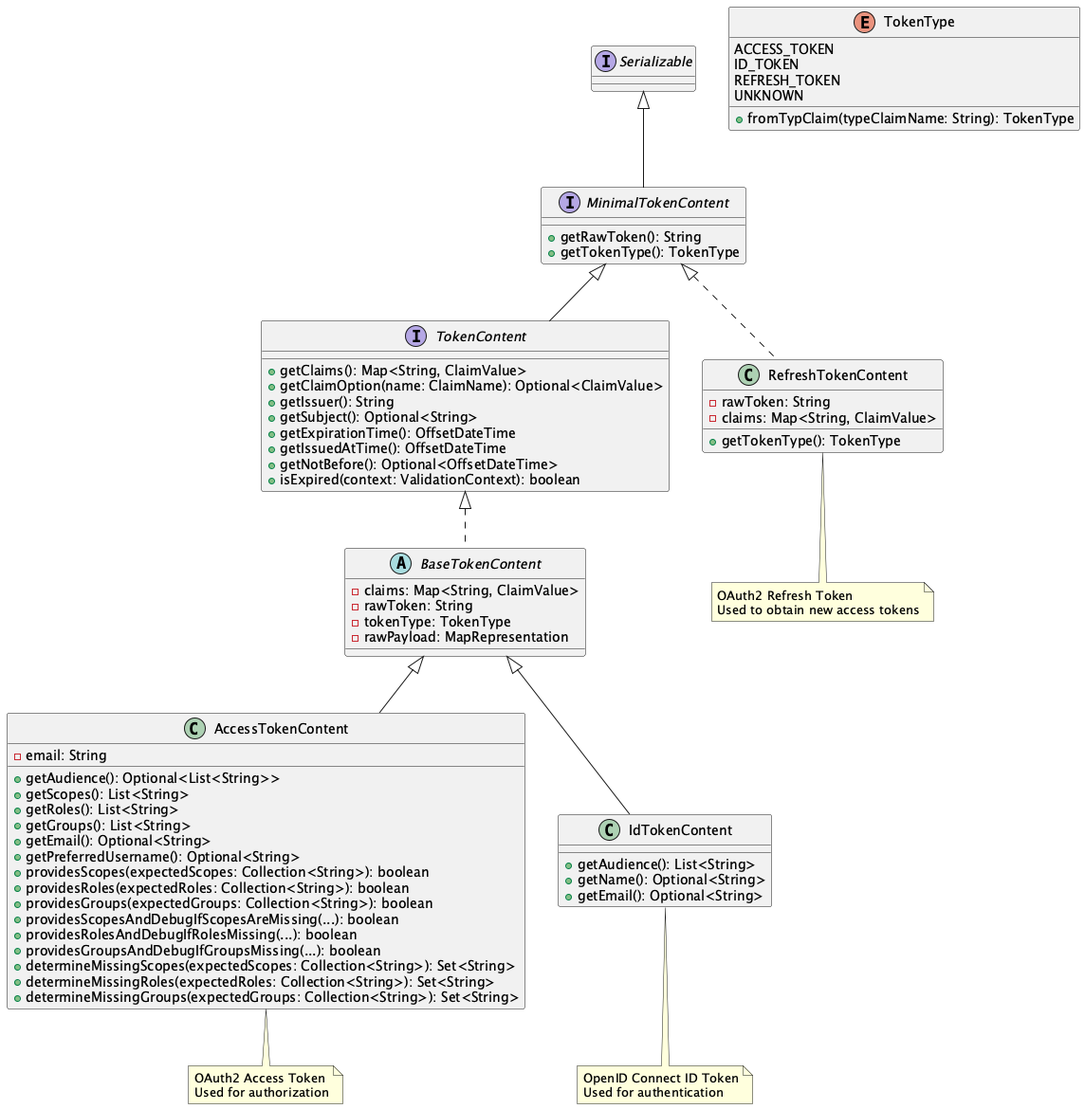
Above: doc/plantuml/token-types.png in cuioss/cui-jwt (PlantUML), before the change.
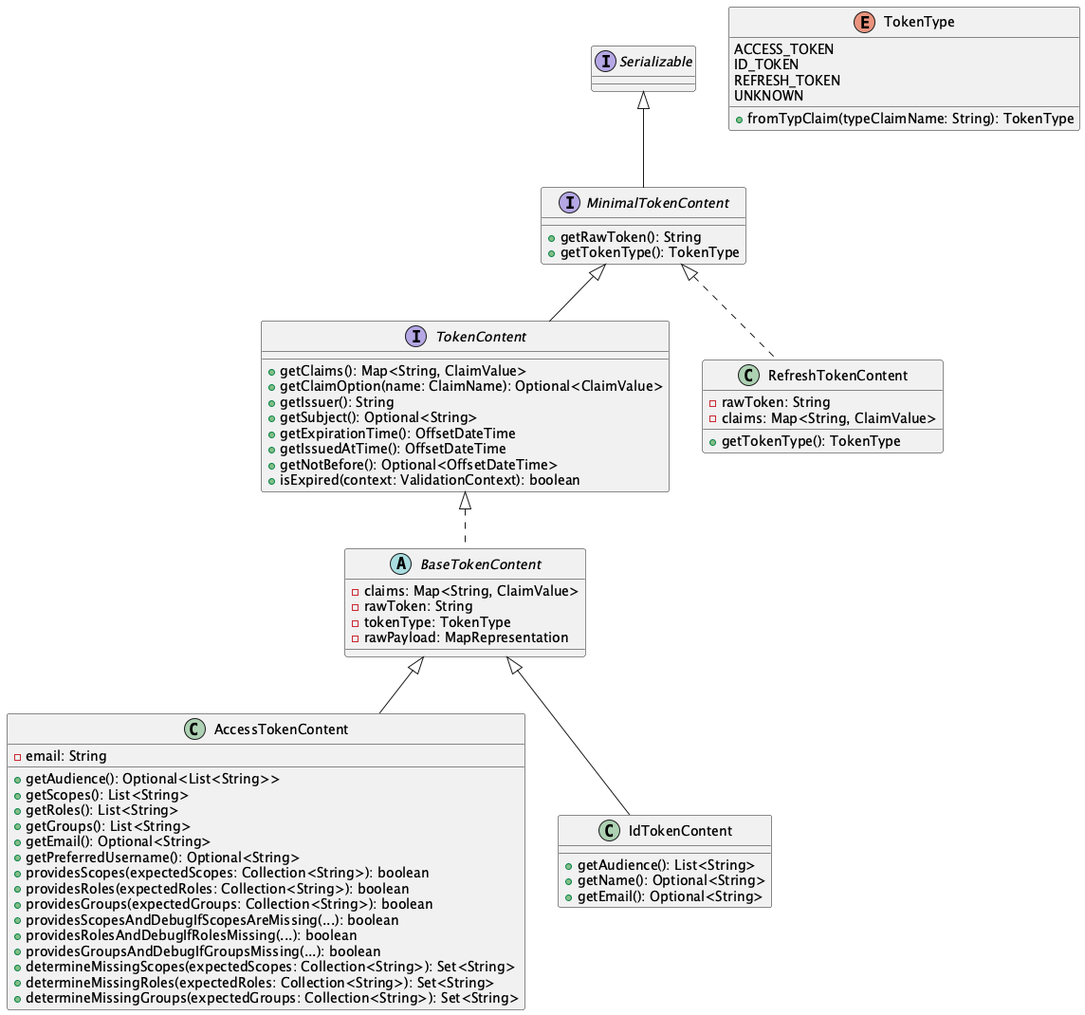
The same diagram one commit later.

Commit message:
docs: Remove obvious notes from token-types diagram

Removed three notes that stated the obvious:
- "OAuth2 Access Token - Used for authorization"
- "OpenID Connect ID Token - Used for authentication"
- "OAuth2 Refresh Token - Used to obtain new access tokens"

The class names already clearly indicate the token types.
Cleaner diagram with same information.

🤖 Generated with [Claude Code](https://claude.com/claude-code)

What changed in the source:
```diff
@@ -72,19 +72,4 @@
 BaseTokenContent <|-- AccessTokenContent
 BaseTokenContent <|-- IdTokenContent
 
-note bottom of AccessTokenContent
-  OAuth2 Access Token
-  Used for authorization
-end note
-
-note bottom of IdTokenContent
-  OpenID Connect ID Token
-  Used for authentication
-end note
-
-note bottom of RefreshTokenContent
-  OAuth2 Refresh Token
-  Used to obtain new access tokens
-end note
-
 @enduml
```
